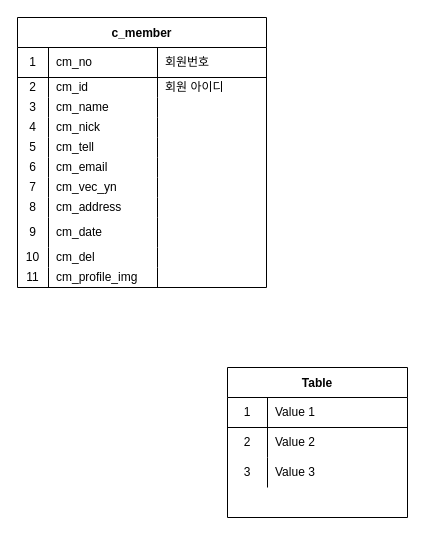
Earlier version of the draw.io diagram page "Page-1" (1 of 2) of 제목 없는 다이어그램.drawio (fullishment/base). Source tidied: cells renumbered, new cells numbered last; positions are measured from the earlier drawing's top-left corner, leaving out a move shared by most shapes. Both pictures are drawn from the tidied source at 100%, with x=0, y=0 at pixel (17, 17).
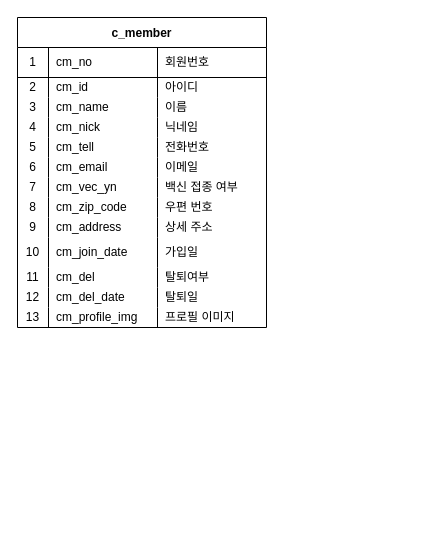
Above is the later version.

The change refers to these unchanged cells:
```xml
<mxCell id="7" style="shape=partialRectangle;html=1;whiteSpace=wrap;fillColor=none;top=0;left=0;bottom=0;right=0;" parent="2" vertex="1">
  <mxGeometry y="60" width="249" height="20" as="geometry" />
</mxCell>
<mxCell id="11" style="shape=partialRectangle;html=1;whiteSpace=wrap;fillColor=none;top=0;left=0;bottom=0;right=0;" parent="2" vertex="1">
  <mxGeometry y="80" width="249" height="20" as="geometry" />
</mxCell>
<mxCell id="15" style="shape=partialRectangle;html=1;whiteSpace=wrap;fillColor=none;top=0;left=0;bottom=0;right=0;" parent="2" vertex="1">
  <mxGeometry y="100" width="249" height="20" as="geometry" />
</mxCell>
<mxCell id="19" style="shape=partialRectangle;html=1;whiteSpace=wrap;fillColor=none;top=0;left=0;bottom=0;right=0;" parent="2" vertex="1">
  <mxGeometry y="120" width="249" height="20" as="geometry" />
</mxCell>
<mxCell id="23" style="shape=partialRectangle;html=1;whiteSpace=wrap;fillColor=none;top=0;left=0;bottom=0;right=0;" parent="2" vertex="1">
  <mxGeometry y="140" width="249" height="20" as="geometry" />
</mxCell>
<mxCell id="27" style="shape=partialRectangle;html=1;whiteSpace=wrap;fillColor=none;top=0;left=0;bottom=0;right=0;" parent="2" vertex="1">
  <mxGeometry y="160" width="249" height="20" as="geometry" />
</mxCell>
<mxCell id="31" style="shape=partialRectangle;html=1;whiteSpace=wrap;fillColor=none;top=0;left=0;bottom=0;right=0;" parent="2" vertex="1">
  <mxGeometry y="180" width="249" height="20" as="geometry" />
</mxCell>
```

Diff of the diagram source:
```diff
@@
     <mxCell id="2" value="c_member" style="shape=table;startSize=30;childLayout=tableLayout;rowLines=0;fontStyle=1;align=center;" parent="1" vertex="1">
-      <mxGeometry width="249" height="270" as="geometry" />
+      <mxGeometry width="249" height="310" as="geometry" />
     </mxCell>
@@
-    <mxCell id="10" value="회원 아이디" style="shape=partialRectangle;html=1;whiteSpace=wrap;fillColor=none;top=0;left=0;bottom=0;right=0;align=left;spacingLeft=6;overflow=hidden;" parent="7" vertex="1">
+    <mxCell id="10" value="아이디" style="shape=partialRectangle;html=1;whiteSpace=wrap;fillColor=none;top=0;left=0;bottom=0;right=0;align=left;spacingLeft=6;overflow=hidden;" parent="7" vertex="1">
       <mxGeometry x="140" width="109" height="20" as="geometry" />
     </mxCell>
@@
-    <mxCell id="14" style="shape=partialRectangle;html=1;whiteSpace=wrap;fillColor=none;top=0;left=0;bottom=0;right=0;align=left;spacingLeft=6;overflow=hidden;" parent="11" vertex="1">
+    <mxCell id="14" value="이름" style="shape=partialRectangle;html=1;whiteSpace=wrap;fillColor=none;top=0;left=0;bottom=0;right=0;align=left;spacingLeft=6;overflow=hidden;" parent="11" vertex="1">
       <mxGeometry x="140" width="109" height="20" as="geometry" />
     </mxCell>
@@
-    <mxCell id="18" style="shape=partialRectangle;html=1;whiteSpace=wrap;fillColor=none;top=0;left=0;bottom=0;right=0;align=left;spacingLeft=6;overflow=hidden;" parent="15" vertex="1">
+    <mxCell id="18" value="닉네임" style="shape=partialRectangle;html=1;whiteSpace=wrap;fillColor=none;top=0;left=0;bottom=0;right=0;align=left;spacingLeft=6;overflow=hidden;" parent="15" vertex="1">
       <mxGeometry x="140" width="109" height="20" as="geometry" />
     </mxCell>
@@
-    <mxCell id="22" style="shape=partialRectangle;html=1;whiteSpace=wrap;fillColor=none;top=0;left=0;bottom=0;right=0;align=left;spacingLeft=6;overflow=hidden;" parent="19" vertex="1">
+    <mxCell id="22" value="전화번호" style="shape=partialRectangle;html=1;whiteSpace=wrap;fillColor=none;top=0;left=0;bottom=0;right=0;align=left;spacingLeft=6;overflow=hidden;" parent="19" vertex="1">
       <mxGeometry x="140" width="109" height="20" as="geometry" />
     </mxCell>
@@
-    <mxCell id="26" style="shape=partialRectangle;html=1;whiteSpace=wrap;fillColor=none;top=0;left=0;bottom=0;right=0;align=left;spacingLeft=6;overflow=hidden;" parent="23" vertex="1">
+    <mxCell id="26" value="이메일" style="shape=partialRectangle;html=1;whiteSpace=wrap;fillColor=none;top=0;left=0;bottom=0;right=0;align=left;spacingLeft=6;overflow=hidden;" parent="23" vertex="1">
       <mxGeometry x="140" width="109" height="20" as="geometry" />
     </mxCell>
@@
-    <mxCell id="30" style="shape=partialRectangle;html=1;whiteSpace=wrap;fillColor=none;top=0;left=0;bottom=0;right=0;align=left;spacingLeft=6;overflow=hidden;" parent="27" vertex="1">
+    <mxCell id="30" value="백신 접종 여부" style="shape=partialRectangle;html=1;whiteSpace=wrap;fillColor=none;top=0;left=0;bottom=0;right=0;align=left;spacingLeft=6;overflow=hidden;" parent="27" vertex="1">
       <mxGeometry x="140" width="109" height="20" as="geometry" />
     </mxCell>
@@
-    <mxCell id="33" value="&lt;span&gt;cm_address&lt;/span&gt;" style="shape=partialRectangle;html=1;whiteSpace=wrap;fillColor=none;top=0;left=0;bottom=0;right=0;align=left;spacingLeft=6;overflow=hidden;" parent="31" vertex="1">
+    <mxCell id="33" value="&lt;span&gt;cm_zip_code&lt;/span&gt;" style="shape=partialRectangle;html=1;whiteSpace=wrap;fillColor=none;top=0;left=0;bottom=0;right=0;align=left;spacingLeft=6;overflow=hidden;" parent="31" vertex="1">
       <mxGeometry x="31" width="109" height="20" as="geometry" />
     </mxCell>
-    <mxCell id="34" style="shape=partialRectangle;html=1;whiteSpace=wrap;fillColor=none;top=0;left=0;bottom=0;right=0;align=left;spacingLeft=6;overflow=hidden;" parent="31" vertex="1">
+    <mxCell id="34" value="우편 번호" style="shape=partialRectangle;html=1;whiteSpace=wrap;fillColor=none;top=0;left=0;bottom=0;right=0;align=left;spacingLeft=6;overflow=hidden;" parent="31" vertex="1">
       <mxGeometry x="140" width="109" height="20" as="geometry" />
     </mxCell>
+    <mxCell id="57" style="shape=partialRectangle;html=1;whiteSpace=wrap;fillColor=none;top=0;left=0;bottom=0;right=0;" parent="2" vertex="1">
+      <mxGeometry y="200" width="249" height="20" as="geometry" />
+    </mxCell>
+    <mxCell id="58" value="9" style="shape=partialRectangle;html=1;whiteSpace=wrap;fillColor=none;top=0;left=0;bottom=0;right=0;overflow=hidden;" parent="57" vertex="1">
+      <mxGeometry width="31" height="20" as="geometry" />
+    </mxCell>
+    <mxCell id="59" value="&lt;span&gt;cm_address&lt;/span&gt;" style="shape=partialRectangle;html=1;whiteSpace=wrap;fillColor=none;top=0;left=0;bottom=0;right=0;align=left;spacingLeft=6;overflow=hidden;" parent="57" vertex="1">
+      <mxGeometry x="31" width="109" height="20" as="geometry" />
+    </mxCell>
+    <mxCell id="60" value="상세 주소" style="shape=partialRectangle;html=1;whiteSpace=wrap;fillColor=none;top=0;left=0;bottom=0;right=0;align=left;spacingLeft=6;overflow=hidden;" parent="57" vertex="1">
+      <mxGeometry x="140" width="109" height="20" as="geometry" />
+    </mxCell>
     <mxCell id="35" style="shape=partialRectangle;html=1;whiteSpace=wrap;fillColor=none;top=0;left=0;bottom=0;right=0;" parent="2" vertex="1">
-      <mxGeometry y="200" width="249" height="30" as="geometry" />
+      <mxGeometry y="220" width="249" height="30" as="geometry" />
     </mxCell>
-    <mxCell id="36" value="9" style="shape=partialRectangle;html=1;whiteSpace=wrap;fillColor=none;top=0;left=0;bottom=0;right=0;overflow=hidden;" parent="35" vertex="1">
+    <mxCell id="36" value="10" style="shape=partialRectangle;html=1;whiteSpace=wrap;fillColor=none;top=0;left=0;bottom=0;right=0;overflow=hidden;" parent="35" vertex="1">
       <mxGeometry width="31" height="30" as="geometry" />
     </mxCell>
-    <mxCell id="37" value="&lt;span&gt;cm_date&lt;/span&gt;" style="shape=partialRectangle;html=1;whiteSpace=wrap;fillColor=none;top=0;left=0;bottom=0;right=0;align=left;spacingLeft=6;overflow=hidden;" parent="35" vertex="1">
+    <mxCell id="37" value="&lt;span&gt;cm_join_date&lt;/span&gt;" style="shape=partialRectangle;html=1;whiteSpace=wrap;fillColor=none;top=0;left=0;bottom=0;right=0;align=left;spacingLeft=6;overflow=hidden;" parent="35" vertex="1">
       <mxGeometry x="31" width="109" height="30" as="geometry" />
     </mxCell>
-    <mxCell id="38" style="shape=partialRectangle;html=1;whiteSpace=wrap;fillColor=none;top=0;left=0;bottom=0;right=0;align=left;spacingLeft=6;overflow=hidden;" parent="35" vertex="1">
+    <mxCell id="38" value="가입일" style="shape=partialRectangle;html=1;whiteSpace=wrap;fillColor=none;top=0;left=0;bottom=0;right=0;align=left;spacingLeft=6;overflow=hidden;" parent="35" vertex="1">
       <mxGeometry x="140" width="109" height="30" as="geometry" />
     </mxCell>
     <mxCell id="39" style="shape=partialRectangle;html=1;whiteSpace=wrap;fillColor=none;top=0;left=0;bottom=0;right=0;" parent="2" vertex="1">
-      <mxGeometry y="230" width="249" height="20" as="geometry" />
+      <mxGeometry y="250" width="249" height="20" as="geometry" />
     </mxCell>
-    <mxCell id="40" value="10" style="shape=partialRectangle;html=1;whiteSpace=wrap;fillColor=none;top=0;left=0;bottom=0;right=0;overflow=hidden;" parent="39" vertex="1">
+    <mxCell id="40" value="11" style="shape=partialRectangle;html=1;whiteSpace=wrap;fillColor=none;top=0;left=0;bottom=0;right=0;overflow=hidden;" parent="39" vertex="1">
       <mxGeometry width="31" height="20" as="geometry" />
     </mxCell>
@@
-    <mxCell id="42" style="shape=partialRectangle;html=1;whiteSpace=wrap;fillColor=none;top=0;left=0;bottom=0;right=0;align=left;spacingLeft=6;overflow=hidden;" parent="39" vertex="1">
+    <mxCell id="42" value="탈퇴여부" style="shape=partialRectangle;html=1;whiteSpace=wrap;fillColor=none;top=0;left=0;bottom=0;right=0;align=left;spacingLeft=6;overflow=hidden;" parent="39" vertex="1">
       <mxGeometry x="140" width="109" height="20" as="geometry" />
     </mxCell>
     <mxCell id="43" style="shape=partialRectangle;html=1;whiteSpace=wrap;fillColor=none;top=0;left=0;bottom=0;right=0;" parent="2" vertex="1">
-      <mxGeometry y="250" width="249" height="20" as="geometry" />
+      <mxGeometry y="270" width="249" height="20" as="geometry" />
     </mxCell>
-    <mxCell id="44" value="11" style="shape=partialRectangle;html=1;whiteSpace=wrap;fillColor=none;top=0;left=0;bottom=0;right=0;overflow=hidden;" parent="43" vertex="1">
+    <mxCell id="44" value="12" style="shape=partialRectangle;html=1;whiteSpace=wrap;fillColor=none;top=0;left=0;bottom=0;right=0;overflow=hidden;" parent="43" vertex="1">
       <mxGeometry width="31" height="20" as="geometry" />
     </mxCell>
-    <mxCell id="45" value="&lt;span&gt;cm_profile_img&lt;/span&gt;" style="shape=partialRectangle;html=1;whiteSpace=wrap;fillColor=none;top=0;left=0;bottom=0;right=0;align=left;spacingLeft=6;overflow=hidden;" parent="43" vertex="1">
+    <mxCell id="45" value="cm_del_date" style="shape=partialRectangle;html=1;whiteSpace=wrap;fillColor=none;top=0;left=0;bottom=0;right=0;align=left;spacingLeft=6;overflow=hidden;" parent="43" vertex="1">
       <mxGeometry x="31" width="109" height="20" as="geometry" />
     </mxCell>
-    <mxCell id="46" style="shape=partialRectangle;html=1;whiteSpace=wrap;fillColor=none;top=0;left=0;bottom=0;right=0;align=left;spacingLeft=6;overflow=hidden;" parent="43" vertex="1">
+    <mxCell id="46" value="탈퇴일" style="shape=partialRectangle;html=1;whiteSpace=wrap;fillColor=none;top=0;left=0;bottom=0;right=0;align=left;spacingLeft=6;overflow=hidden;" parent="43" vertex="1">
       <mxGeometry x="140" width="109" height="20" as="geometry" />
     </mxCell>
-    <mxCell id="47" value="Table" style="shape=table;startSize=30;childLayout=tableLayout;rowLines=0;fontStyle=1;align=center;" parent="1" vertex="1">
-      <mxGeometry x="210" y="350" width="180" height="150" as="geometry" />
-    </mxCell>
-    <mxCell id="48" style="shape=partialRectangle;html=1;whiteSpace=wrap;fillColor=none;top=0;left=0;bottom=1;right=0;" parent="47" vertex="1">
-      <mxGeometry y="30" width="180" height="30" as="geometry" />
-    </mxCell>
-    <mxCell id="49" value="1" style="shape=partialRectangle;html=1;whiteSpace=wrap;fillColor=none;top=0;left=0;bottom=0;right=0;overflow=hidden;" parent="48" vertex="1">
-      <mxGeometry width="40" height="30" as="geometry" />
-    </mxCell>
-    <mxCell id="50" value="Value 1" style="shape=partialRectangle;html=1;whiteSpace=wrap;fillColor=none;top=0;left=0;bottom=0;right=0;align=left;spacingLeft=6;overflow=hidden;" parent="48" vertex="1">
-      <mxGeometry x="40" width="140" height="30" as="geometry" />
-    </mxCell>
-    <mxCell id="51" style="shape=partialRectangle;html=1;whiteSpace=wrap;fillColor=none;top=0;left=0;bottom=0;right=0;" parent="47" vertex="1">
-      <mxGeometry y="60" width="180" height="30" as="geometry" />
-    </mxCell>
-    <mxCell id="52" value="2" style="shape=partialRectangle;html=1;whiteSpace=wrap;fillColor=none;top=0;left=0;bottom=0;right=0;overflow=hidden;" parent="51" vertex="1">
-      <mxGeometry width="40" height="30" as="geometry" />
-    </mxCell>
-    <mxCell id="53" value="Value 2" style="shape=partialRectangle;html=1;whiteSpace=wrap;fillColor=none;top=0;left=0;bottom=0;right=0;align=left;spacingLeft=6;overflow=hidden;" parent="51" vertex="1">
-      <mxGeometry x="40" width="140" height="30" as="geometry" />
-    </mxCell>
-    <mxCell id="54" style="shape=partialRectangle;html=1;whiteSpace=wrap;fillColor=none;top=0;left=0;bottom=0;right=0;" parent="47" vertex="1">
-      <mxGeometry y="90" width="180" height="30" as="geometry" />
-    </mxCell>
-    <mxCell id="55" value="3" style="shape=partialRectangle;html=1;whiteSpace=wrap;fillColor=none;top=0;left=0;bottom=0;right=0;overflow=hidden;" parent="54" vertex="1">
-      <mxGeometry width="40" height="30" as="geometry" />
-    </mxCell>
-    <mxCell id="56" value="Value 3" style="shape=partialRectangle;html=1;whiteSpace=wrap;fillColor=none;top=0;left=0;bottom=0;right=0;align=left;spacingLeft=6;overflow=hidden;" parent="54" vertex="1">
-      <mxGeometry x="40" width="140" height="30" as="geometry" />
-    </mxCell>
+    <mxCell id="61" style="shape=partialRectangle;html=1;whiteSpace=wrap;fillColor=none;top=0;left=0;bottom=0;right=0;" parent="2" vertex="1">
+      <mxGeometry y="290" width="249" height="20" as="geometry" />
+    </mxCell>
+    <mxCell id="62" value="13" style="shape=partialRectangle;html=1;whiteSpace=wrap;fillColor=none;top=0;left=0;bottom=0;right=0;overflow=hidden;" parent="61" vertex="1">
+      <mxGeometry width="31" height="20" as="geometry" />
+    </mxCell>
+    <mxCell id="63" value="&lt;span&gt;cm_profile_img&lt;/span&gt;" style="shape=partialRectangle;html=1;whiteSpace=wrap;fillColor=none;top=0;left=0;bottom=0;right=0;align=left;spacingLeft=6;overflow=hidden;" parent="61" vertex="1">
+      <mxGeometry x="31" width="109" height="20" as="geometry" />
+    </mxCell>
+    <mxCell id="64" value="프로필 이미지" style="shape=partialRectangle;html=1;whiteSpace=wrap;fillColor=none;top=0;left=0;bottom=0;right=0;align=left;spacingLeft=6;overflow=hidden;" parent="61" vertex="1">
+      <mxGeometry x="140" width="109" height="20" as="geometry" />
+    </mxCell>
```
